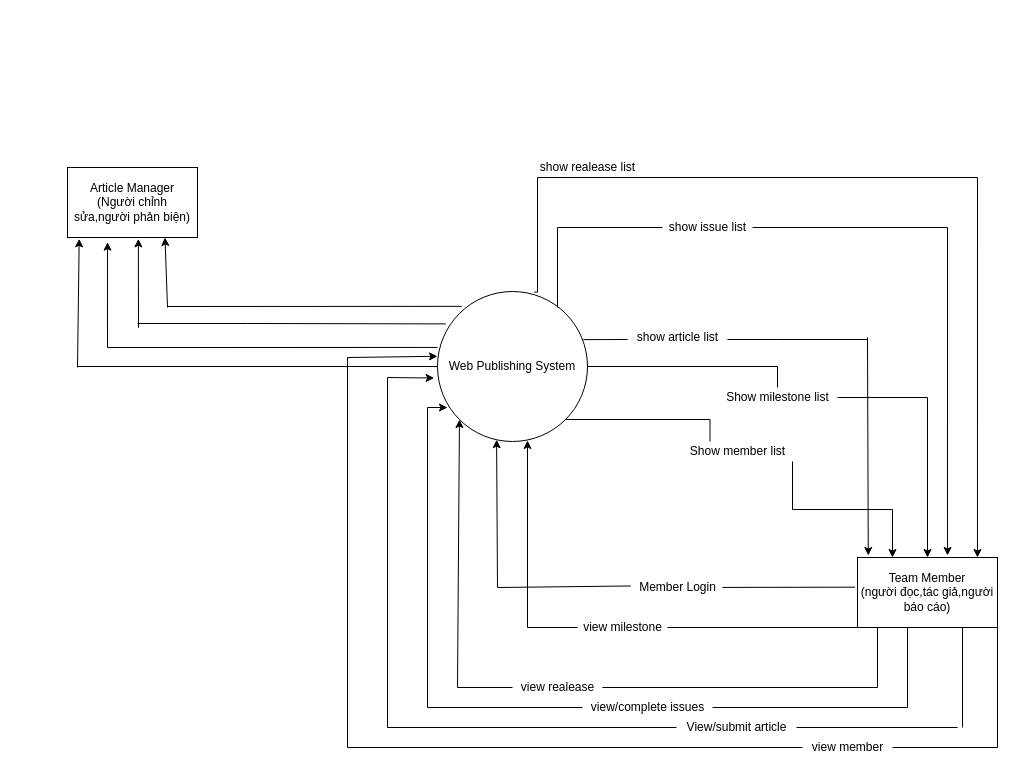
Before: Untitled Diagram.drawio in stephenka00/merge-conflicts, a draw.io diagram. Source tidied: cells renumbered, new cells numbered last; positions are measured from the earlier drawing's top-left corner, leaving out a move shared by most shapes. Both pictures are drawn from the tidied source at 100%, with x=0, y=0 at pixel (67, 157).
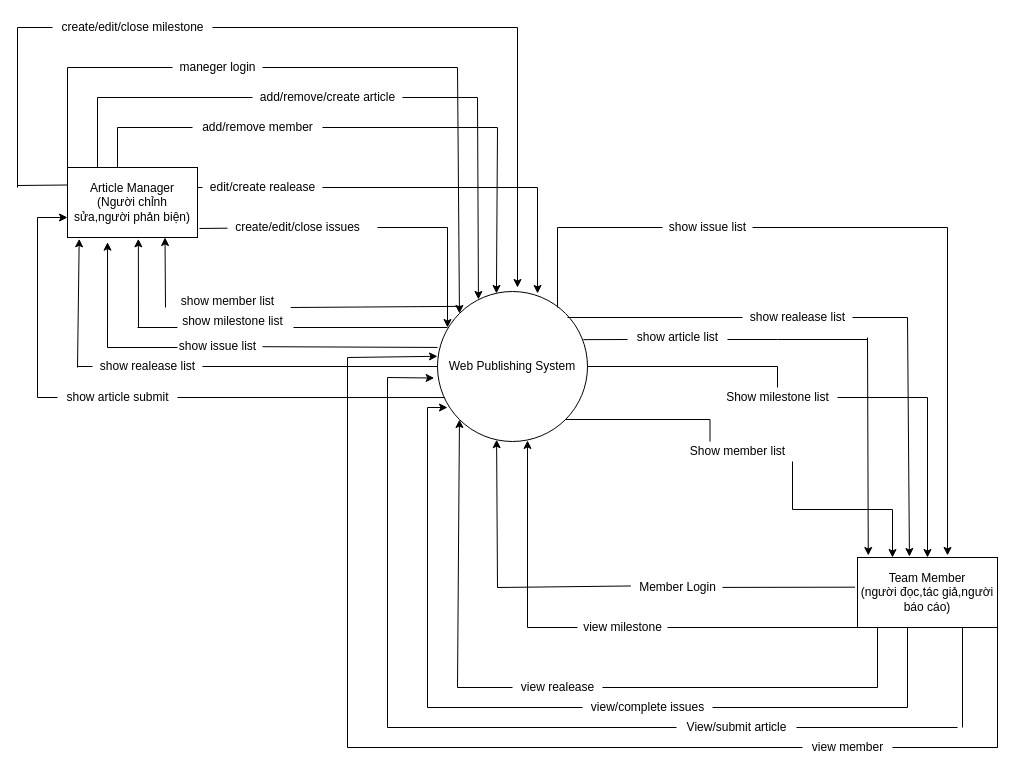
After the change.

Unchanged cells that the change refers to:
```xml
<mxCell id="5" value="Web Publishing System" style="ellipse;whiteSpace=wrap;html=1;" parent="1" vertex="1">
  <mxGeometry x="370" y="134" width="150" height="150" as="geometry" />
</mxCell>
<mxCell id="6" value="Article Manager&lt;br&gt;(Người chỉnh sửa,người phản biện)" style="rounded=0;whiteSpace=wrap;html=1;" parent="1" vertex="1">
  <mxGeometry y="10" width="130" height="70" as="geometry" />
</mxCell>
<mxCell id="7" value="Team Member&lt;br&gt;(người đọc,tác giả,người báo cáo)" style="rounded=0;whiteSpace=wrap;html=1;" parent="1" vertex="1">
  <mxGeometry x="790" y="400" width="140" height="70" as="geometry" />
</mxCell>
```

Change to the diagram source:
```diff
@@
-    <mxCell id="4" style="edgeStyle=orthogonalEdgeStyle;rounded=0;jettySize=auto;html=1;exitX=0.644;exitY=0.004;exitDx=0;exitDy=0;entryX=0.857;entryY=0;entryDx=0;entryDy=0;entryPerimeter=0;exitPerimeter=0;" parent="1" edge="1" source="5" target="7">
-      <mxGeometry relative="1" as="geometry">
-        <Array as="points">
-          <mxPoint x="470" y="135" />
-          <mxPoint x="470" y="20" />
-          <mxPoint x="910" y="20" />
-        </Array>
-      </mxGeometry>
-    </mxCell>
@@
-    <mxCell id="16" value="show realease list" style="text;html=1;align=center;verticalAlign=middle;strokeColor=none;fillColor=none;" parent="1" vertex="1">
-      <mxGeometry x="465" width="110" height="20" as="geometry" />
-    </mxCell>
@@
-    <mxCell id="53" style="endArrow=none;html=1;rounded=0;entryX=0;entryY=0.5;entryDx=0;entryDy=0;" parent="1" edge="1" target="5">
-      <mxGeometry relative="1" as="geometry">
-        <mxPoint x="10" y="209" as="sourcePoint" />
-      </mxGeometry>
+    <mxCell id="53" style="endArrow=none;html=1;rounded=0;entryX=0;entryY=0.5;entryDx=0;entryDy=0;startArrow=none;" parent="1" edge="1" source="69" target="5">
+      <mxGeometry relative="1" as="geometry" />
     </mxCell>
@@
-    <mxCell id="55" style="endArrow=none;html=1;rounded=0;entryX=0;entryY=0.373;entryDx=0;entryDy=0;entryPerimeter=0;" parent="1" edge="1" target="5">
-      <mxGeometry relative="1" as="geometry">
-        <mxPoint x="40" y="190" as="sourcePoint" />
-      </mxGeometry>
+    <mxCell id="55" style="endArrow=none;html=1;rounded=0;entryX=0;entryY=0.373;entryDx=0;entryDy=0;entryPerimeter=0;startArrow=none;" parent="1" edge="1" source="71" target="5">
+      <mxGeometry relative="1" as="geometry" />
     </mxCell>
@@
-    <mxCell id="57" style="endArrow=none;html=1;rounded=0;entryX=0.056;entryY=0.216;entryDx=0;entryDy=0;entryPerimeter=0;" parent="1" edge="1" target="5">
+    <mxCell id="57" style="endArrow=none;html=1;rounded=0;startArrow=none;exitX=1.008;exitY=0.8;exitDx=0;exitDy=0;exitPerimeter=0;" parent="1" edge="1" source="67">
       <mxGeometry relative="1" as="geometry">
-        <mxPoint x="70" y="166" as="sourcePoint" />
-        <Array as="points">
-          <mxPoint x="180" y="166" />
-        </Array>
+        <mxPoint x="380" y="170" as="targetPoint" />
       </mxGeometry>
     </mxCell>
     <mxCell id="58" style="endArrow=classic;html=1;rounded=0;entryX=0.545;entryY=1.019;entryDx=0;entryDy=0;entryPerimeter=0;" parent="1" edge="1" target="6">
       <mxGeometry relative="1" as="geometry">
-        <mxPoint x="71" y="160" as="sourcePoint" />
-        <Array as="points">
-          <mxPoint x="71" y="170" />
-        </Array>
+        <mxPoint x="71" y="170" as="sourcePoint" />
       </mxGeometry>
     </mxCell>
-    <mxCell id="59" style="endArrow=none;html=1;rounded=0;entryX=0.161;entryY=0.099;entryDx=0;entryDy=0;entryPerimeter=0;" parent="1" edge="1" target="5">
-      <mxGeometry relative="1" as="geometry">
-        <mxPoint x="100" y="149" as="sourcePoint" />
-      </mxGeometry>
+    <mxCell id="59" style="endArrow=none;html=1;rounded=0;entryX=0.161;entryY=0.099;entryDx=0;entryDy=0;entryPerimeter=0;startArrow=none;exitX=1.075;exitY=0.8;exitDx=0;exitDy=0;exitPerimeter=0;" parent="1" edge="1" source="66" target="5">
+      <mxGeometry relative="1" as="geometry" />
     </mxCell>
     <mxCell id="60" style="endArrow=classic;html=1;rounded=0;entryX=0.75;entryY=1;entryDx=0;entryDy=0;" parent="1" edge="1" target="6">
       <mxGeometry relative="1" as="geometry">
-        <mxPoint x="100" y="150" as="sourcePoint" />
+        <mxPoint x="98" y="150" as="sourcePoint" />
       </mxGeometry>
     </mxCell>
+    <mxCell id="61" style="endArrow=none;html=1;rounded=0;entryX=0.047;entryY=0.707;entryDx=0;entryDy=0;entryPerimeter=0;startArrow=none;" parent="1" edge="1" source="64" target="5">
+      <mxGeometry relative="1" as="geometry" />
+    </mxCell>
+    <mxCell id="62" style="endArrow=none;html=1;rounded=0;" parent="1" edge="1">
+      <mxGeometry relative="1" as="geometry">
+        <mxPoint x="-30" y="240" as="sourcePoint" />
+        <mxPoint x="-30" y="60" as="targetPoint" />
+      </mxGeometry>
+    </mxCell>
+    <mxCell id="63" style="endArrow=classic;html=1;rounded=0;" parent="1" edge="1">
+      <mxGeometry relative="1" as="geometry">
+        <mxPoint x="-30" y="60" as="sourcePoint" />
+        <mxPoint y="60" as="targetPoint" />
+      </mxGeometry>
+    </mxCell>
+    <mxCell id="64" value="show article submit" style="text;html=1;align=center;verticalAlign=middle;points=[];strokeColor=none;fillColor=none;" parent="1" vertex="1">
+      <mxGeometry x="-10" y="230" width="120" height="20" as="geometry" />
+    </mxCell>
+    <mxCell id="65" style="endArrow=none;html=1;rounded=0;" parent="1" edge="1">
+      <mxGeometry relative="1" as="geometry">
+        <mxPoint x="-30" y="240" as="sourcePoint" />
+        <mxPoint x="-10" y="240" as="targetPoint" />
+      </mxGeometry>
+    </mxCell>
+    <mxCell id="66" value="show member list" style="text;html=1;align=center;verticalAlign=middle;points=[];strokeColor=none;fillColor=none;" parent="1" vertex="1">
+      <mxGeometry x="105" y="134" width="110" height="20" as="geometry" />
+    </mxCell>
+    <mxCell id="67" value="show milestone list" style="text;html=1;align=center;verticalAlign=middle;points=[];strokeColor=none;fillColor=none;" parent="1" vertex="1">
+      <mxGeometry x="105" y="154" width="120" height="20" as="geometry" />
+    </mxCell>
+    <mxCell id="68" style="endArrow=none;html=1;rounded=0;" parent="1" edge="1">
+      <mxGeometry relative="1" as="geometry">
+        <mxPoint x="70" y="170" as="sourcePoint" />
+        <mxPoint x="110" y="170" as="targetPoint" />
+      </mxGeometry>
+    </mxCell>
+    <mxCell id="69" value="show realease list" style="text;html=1;align=center;verticalAlign=middle;points=[];strokeColor=none;fillColor=none;" parent="1" vertex="1">
+      <mxGeometry x="25" y="199" width="110" height="20" as="geometry" />
+    </mxCell>
+    <mxCell id="70" style="endArrow=none;html=1;rounded=0;entryX=0;entryY=0.5;entryDx=0;entryDy=0;" parent="1" edge="1" target="69">
+      <mxGeometry relative="1" as="geometry">
+        <mxPoint x="10" y="209" as="sourcePoint" />
+      </mxGeometry>
+    </mxCell>
+    <mxCell id="71" value="show issue list" style="text;html=1;align=center;verticalAlign=middle;points=[];strokeColor=none;fillColor=none;" parent="1" vertex="1">
+      <mxGeometry x="105" y="179" width="90" height="20" as="geometry" />
+    </mxCell>
+    <mxCell id="72" style="endArrow=none;html=1;rounded=0;" parent="1" edge="1">
+      <mxGeometry relative="1" as="geometry">
+        <mxPoint x="40" y="190" as="sourcePoint" />
+        <mxPoint x="110" y="190" as="targetPoint" />
+      </mxGeometry>
+    </mxCell>
+    <mxCell id="73" style="endArrow=none;html=1;rounded=0;" parent="1" edge="1">
+      <mxGeometry relative="1" as="geometry">
+        <mxPoint y="10" as="sourcePoint" />
+        <mxPoint y="-90" as="targetPoint" />
+      </mxGeometry>
+    </mxCell>
+    <mxCell id="74" style="endArrow=none;html=1;rounded=0;startArrow=none;" parent="1" edge="1" source="98">
+      <mxGeometry relative="1" as="geometry">
+        <mxPoint x="390" y="-90" as="targetPoint" />
+      </mxGeometry>
+    </mxCell>
+    <mxCell id="75" style="endArrow=classic;html=1;rounded=0;entryX=0;entryY=0;entryDx=0;entryDy=0;" parent="1" edge="1" target="5">
+      <mxGeometry relative="1" as="geometry">
+        <mxPoint x="390" y="-90" as="sourcePoint" />
+      </mxGeometry>
+    </mxCell>
+    <mxCell id="76" style="endArrow=none;html=1;rounded=0;" parent="1" edge="1">
+      <mxGeometry relative="1" as="geometry">
+        <mxPoint x="30" y="10" as="sourcePoint" />
+        <mxPoint x="30" y="-60" as="targetPoint" />
+      </mxGeometry>
+    </mxCell>
+    <mxCell id="77" style="endArrow=none;html=1;rounded=0;startArrow=none;" parent="1" edge="1" source="96">
+      <mxGeometry relative="1" as="geometry">
+        <mxPoint x="410" y="-60" as="targetPoint" />
+      </mxGeometry>
+    </mxCell>
+    <mxCell id="78" style="endArrow=classic;html=1;rounded=0;entryX=0.273;entryY=0.053;entryDx=0;entryDy=0;entryPerimeter=0;" parent="1" edge="1" target="5">
+      <mxGeometry relative="1" as="geometry">
+        <mxPoint x="410" y="-60" as="sourcePoint" />
+      </mxGeometry>
+    </mxCell>
+    <mxCell id="79" style="endArrow=none;html=1;rounded=0;" parent="1" edge="1">
+      <mxGeometry relative="1" as="geometry">
+        <mxPoint x="50" y="10" as="sourcePoint" />
+        <mxPoint x="50" y="-30" as="targetPoint" />
+      </mxGeometry>
+    </mxCell>
+    <mxCell id="80" style="endArrow=none;html=1;rounded=0;startArrow=none;" parent="1" edge="1" source="94">
+      <mxGeometry relative="1" as="geometry">
+        <mxPoint x="430" y="-30" as="targetPoint" />
+      </mxGeometry>
+    </mxCell>
+    <mxCell id="81" style="endArrow=classic;html=1;rounded=0;entryX=0.393;entryY=0.013;entryDx=0;entryDy=0;entryPerimeter=0;" parent="1" edge="1" target="5">
+      <mxGeometry relative="1" as="geometry">
+        <mxPoint x="430" y="-30" as="sourcePoint" />
+      </mxGeometry>
+    </mxCell>
+    <mxCell id="82" style="endArrow=none;html=1;rounded=0;entryX=0;entryY=0.25;entryDx=0;entryDy=0;" parent="1" edge="1" target="6">
+      <mxGeometry relative="1" as="geometry">
+        <mxPoint x="-50" y="28" as="sourcePoint" />
+      </mxGeometry>
+    </mxCell>
+    <mxCell id="83" style="endArrow=none;html=1;rounded=0;" parent="1" edge="1">
+      <mxGeometry relative="1" as="geometry">
+        <mxPoint x="-50" y="30" as="sourcePoint" />
+        <mxPoint x="-50" y="-130" as="targetPoint" />
+      </mxGeometry>
+    </mxCell>
+    <mxCell id="84" style="endArrow=none;html=1;rounded=0;startArrow=none;" parent="1" edge="1" source="100">
+      <mxGeometry relative="1" as="geometry">
+        <mxPoint x="450" y="-130" as="targetPoint" />
+      </mxGeometry>
+    </mxCell>
+    <mxCell id="85" style="endArrow=classic;html=1;rounded=0;" parent="1" edge="1">
+      <mxGeometry relative="1" as="geometry">
+        <mxPoint x="450" y="-130" as="sourcePoint" />
+        <mxPoint x="450" y="130" as="targetPoint" />
+      </mxGeometry>
+    </mxCell>
+    <mxCell id="86" style="endArrow=none;html=1;rounded=0;startArrow=none;" parent="1" edge="1" source="92">
+      <mxGeometry relative="1" as="geometry">
+        <mxPoint x="470" y="30" as="targetPoint" />
+      </mxGeometry>
+    </mxCell>
+    <mxCell id="87" style="endArrow=none;html=1;rounded=0;startArrow=none;" parent="1" edge="1" source="90">
+      <mxGeometry relative="1" as="geometry">
+        <mxPoint x="840" y="160" as="targetPoint" />
+      </mxGeometry>
+    </mxCell>
+    <mxCell id="88" style="endArrow=classic;html=1;rounded=0;entryX=0.371;entryY=-0.014;entryDx=0;entryDy=0;entryPerimeter=0;" parent="1" edge="1" target="7">
+      <mxGeometry relative="1" as="geometry">
+        <mxPoint x="840" y="160" as="sourcePoint" />
+      </mxGeometry>
+    </mxCell>
+    <mxCell id="89" style="endArrow=classic;html=1;rounded=0;entryX=0.667;entryY=0.013;entryDx=0;entryDy=0;entryPerimeter=0;" parent="1" edge="1" target="5">
+      <mxGeometry relative="1" as="geometry">
+        <mxPoint x="470" y="30" as="sourcePoint" />
+      </mxGeometry>
+    </mxCell>
+    <mxCell id="90" value="show realease list" style="text;html=1;align=center;verticalAlign=middle;points=[];strokeColor=none;fillColor=none;" parent="1" vertex="1">
+      <mxGeometry x="675" y="150" width="110" height="20" as="geometry" />
+    </mxCell>
+    <mxCell id="91" style="endArrow=none;html=1;rounded=0;" parent="1" edge="1" target="90">
+      <mxGeometry relative="1" as="geometry">
+        <mxPoint x="500" y="160" as="sourcePoint" />
+      </mxGeometry>
+    </mxCell>
+    <mxCell id="92" value="edit/create realease" style="text;html=1;align=center;verticalAlign=middle;points=[];strokeColor=none;fillColor=none;" parent="1" vertex="1">
+      <mxGeometry x="135" y="20" width="120" height="20" as="geometry" />
+    </mxCell>
+    <mxCell id="93" style="endArrow=none;html=1;rounded=0;" parent="1" edge="1" target="92">
+      <mxGeometry relative="1" as="geometry">
+        <mxPoint x="130" y="30" as="sourcePoint" />
+      </mxGeometry>
+    </mxCell>
+    <mxCell id="94" value="add/remove member" style="text;html=1;align=center;verticalAlign=middle;points=[];strokeColor=none;fillColor=none;" parent="1" vertex="1">
+      <mxGeometry x="125" y="-40" width="130" height="20" as="geometry" />
+    </mxCell>
+    <mxCell id="95" style="endArrow=none;html=1;rounded=0;" parent="1" edge="1" target="94">
+      <mxGeometry relative="1" as="geometry">
+        <mxPoint x="50" y="-30" as="sourcePoint" />
+      </mxGeometry>
+    </mxCell>
+    <mxCell id="96" value="add/remove/create article" style="text;html=1;align=center;verticalAlign=middle;points=[];strokeColor=none;fillColor=none;" parent="1" vertex="1">
+      <mxGeometry x="185" y="-70" width="150" height="20" as="geometry" />
+    </mxCell>
+    <mxCell id="97" style="endArrow=none;html=1;rounded=0;" parent="1" edge="1" target="96">
+      <mxGeometry relative="1" as="geometry">
+        <mxPoint x="30" y="-60" as="sourcePoint" />
+      </mxGeometry>
+    </mxCell>
+    <mxCell id="98" value="maneger login" style="text;html=1;align=center;verticalAlign=middle;points=[];strokeColor=none;fillColor=none;" parent="1" vertex="1">
+      <mxGeometry x="105" y="-100" width="90" height="20" as="geometry" />
+    </mxCell>
+    <mxCell id="99" style="endArrow=none;html=1;rounded=0;" parent="1" edge="1" target="98">
+      <mxGeometry relative="1" as="geometry">
+        <mxPoint y="-90" as="sourcePoint" />
+      </mxGeometry>
+    </mxCell>
+    <mxCell id="100" value="create/edit/close milestone" style="text;html=1;align=center;verticalAlign=middle;points=[];strokeColor=none;fillColor=none;" parent="1" vertex="1">
+      <mxGeometry x="-15" y="-140" width="160" height="20" as="geometry" />
+    </mxCell>
+    <mxCell id="101" style="endArrow=none;html=1;rounded=0;" parent="1" edge="1" target="100">
+      <mxGeometry relative="1" as="geometry">
+        <mxPoint x="-50" y="-130" as="sourcePoint" />
+      </mxGeometry>
+    </mxCell>
+    <mxCell id="102" style="endArrow=none;html=1;rounded=0;startArrow=none;" parent="1" edge="1">
+      <mxGeometry relative="1" as="geometry">
+        <mxPoint x="310" y="70" as="sourcePoint" />
+        <mxPoint x="380" y="70" as="targetPoint" />
+      </mxGeometry>
+    </mxCell>
+    <mxCell id="103" style="endArrow=classic;html=1;rounded=0;" parent="1" edge="1">
+      <mxGeometry relative="1" as="geometry">
+        <mxPoint x="380" y="70" as="sourcePoint" />
+        <mxPoint x="380" y="170" as="targetPoint" />
+      </mxGeometry>
+    </mxCell>
+    <mxCell id="104" value="create/edit/close issues" style="text;html=1;align=center;verticalAlign=middle;points=[];strokeColor=none;fillColor=none;" parent="1" vertex="1">
+      <mxGeometry x="160" y="60" width="140" height="20" as="geometry" />
+    </mxCell>
+    <mxCell id="105" style="endArrow=none;html=1;rounded=0;exitX=1.015;exitY=0.871;exitDx=0;exitDy=0;exitPerimeter=0;" parent="1" edge="1" source="6" target="104">
+      <mxGeometry relative="1" as="geometry" />
+    </mxCell>
```
